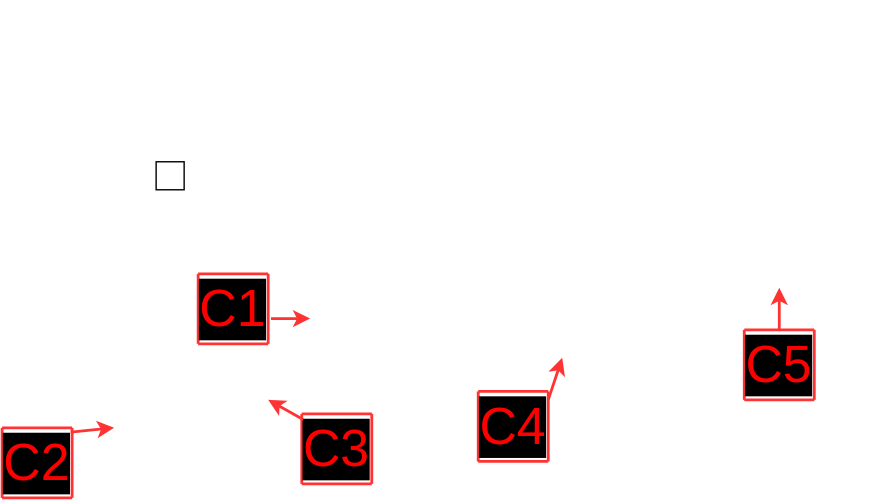
The draw.io diagram public/img/map.svg in 5-nights-at-Geekdom/5nag, before a commit. Source tidied: cells renumbered, new cells last; positions are measured from the earlier drawing's top-left corner, leaving out a move shared by most shapes.
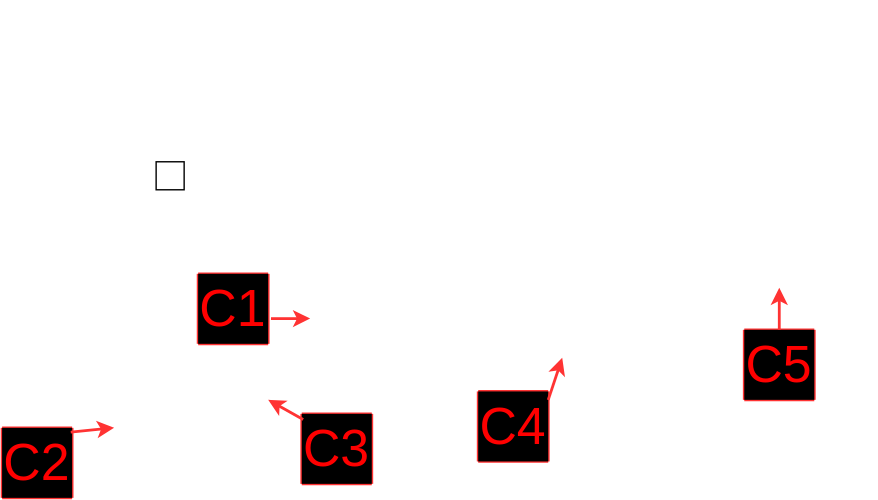
Later version of the same file.

Commit message:
adding photo with enemy present, small update to map

What changed in the source:
```diff
@@ -242,7 +242,7 @@
         <mxPoint x="190" y="190" as="targetPoint" />
       </mxGeometry>
     </mxCell>
-    <mxCell id="42" value="&lt;font style=&quot;font-size: 37px&quot; color=&quot;#ff0000&quot;&gt;C1&lt;/font&gt;" style="text;html=1;strokeColor=none;fillColor=none;align=center;verticalAlign=middle;whiteSpace=wrap;labelBackgroundColor=#000000;" parent="1" vertex="1">
+    <mxCell id="42" value="&lt;font style=&quot;font-size: 37px&quot; color=&quot;#ff0000&quot;&gt;C1&lt;/font&gt;" style="text;html=1;strokeColor=none;fillColor=#000000;align=center;verticalAlign=middle;whiteSpace=wrap;labelBackgroundColor=#000000;" parent="1" vertex="1">
       <mxGeometry x="140" y="190" width="50" height="50" as="geometry" />
     </mxCell>
     <mxCell id="43" style="endArrow=none;html=1;strokeColor=#FF3333;strokeWidth=2;fillColor=#000000;" parent="1" edge="1">
@@ -269,7 +269,7 @@
         <mxPoint x="50" y="300" as="targetPoint" />
       </mxGeometry>
     </mxCell>
-    <mxCell id="47" value="&lt;font style=&quot;font-size: 37px&quot; color=&quot;#ff0000&quot;&gt;C2&lt;/font&gt;" style="text;html=1;strokeColor=none;fillColor=none;align=center;verticalAlign=middle;whiteSpace=wrap;labelBackgroundColor=#000000;" parent="1" vertex="1">
+    <mxCell id="47" value="&lt;font style=&quot;font-size: 37px&quot; color=&quot;#ff0000&quot;&gt;C2&lt;/font&gt;" style="text;html=1;strokeColor=none;fillColor=#000000;align=center;verticalAlign=middle;whiteSpace=wrap;labelBackgroundColor=#000000;" parent="1" vertex="1">
       <mxGeometry y="300" width="50" height="50" as="geometry" />
     </mxCell>
     <mxCell id="48" style="endArrow=none;html=1;strokeColor=#FF3333;strokeWidth=2;fillColor=#000000;" parent="1" edge="1">
@@ -296,7 +296,7 @@
         <mxPoint x="264" y="290" as="targetPoint" />
       </mxGeometry>
     </mxCell>
-    <mxCell id="52" value="&lt;font style=&quot;font-size: 37px&quot; color=&quot;#ff0000&quot;&gt;C3&lt;/font&gt;" style="text;html=1;strokeColor=none;fillColor=none;align=center;verticalAlign=middle;whiteSpace=wrap;labelBackgroundColor=#000000;" parent="1" vertex="1">
+    <mxCell id="52" value="&lt;font style=&quot;font-size: 37px&quot; color=&quot;#ff0000&quot;&gt;C3&lt;/font&gt;" style="text;html=1;strokeColor=none;fillColor=#000000;align=center;verticalAlign=middle;whiteSpace=wrap;labelBackgroundColor=#000000;" parent="1" vertex="1">
       <mxGeometry x="214" y="290" width="50" height="50" as="geometry" />
     </mxCell>
     <mxCell id="53" style="endArrow=none;html=1;strokeColor=#FF3333;strokeWidth=2;fillColor=#000000;" parent="1" edge="1">
@@ -323,7 +323,7 @@
         <mxPoint x="390" y="274" as="targetPoint" />
       </mxGeometry>
     </mxCell>
-    <mxCell id="57" value="&lt;font style=&quot;font-size: 37px&quot; color=&quot;#ff0000&quot;&gt;C4&lt;/font&gt;" style="text;html=1;strokeColor=none;fillColor=none;align=center;verticalAlign=middle;whiteSpace=wrap;labelBackgroundColor=#000000;" parent="1" vertex="1">
+    <mxCell id="57" value="&lt;font style=&quot;font-size: 37px&quot; color=&quot;#ff0000&quot;&gt;C4&lt;/font&gt;" style="text;html=1;strokeColor=none;fillColor=#000000;align=center;verticalAlign=middle;whiteSpace=wrap;labelBackgroundColor=#000000;" parent="1" vertex="1">
       <mxGeometry x="340" y="274" width="50" height="50" as="geometry" />
     </mxCell>
     <mxCell id="58" style="endArrow=none;html=1;strokeColor=#FF3333;strokeWidth=2;fillColor=#000000;" parent="1" edge="1">
@@ -350,7 +350,7 @@
         <mxPoint x="580" y="230" as="targetPoint" />
       </mxGeometry>
     </mxCell>
-    <mxCell id="62" value="&lt;font style=&quot;font-size: 37px&quot; color=&quot;#ff0000&quot;&gt;C5&lt;/font&gt;" style="text;html=1;strokeColor=none;fillColor=none;align=center;verticalAlign=middle;whiteSpace=wrap;labelBackgroundColor=#000000;" parent="1" vertex="1">
+    <mxCell id="62" value="&lt;font style=&quot;font-size: 37px&quot; color=&quot;#ff0000&quot;&gt;C5&lt;/font&gt;" style="text;html=1;strokeColor=none;fillColor=#000000;align=center;verticalAlign=middle;whiteSpace=wrap;labelBackgroundColor=#000000;" parent="1" vertex="1">
       <mxGeometry x="530" y="230" width="50" height="50" as="geometry" />
     </mxCell>
     <mxCell id="63" style="endArrow=classic;html=1;strokeColor=#FF3333;strokeWidth=2;fillColor=#000000;exitX=1.04;exitY=0.64;exitPerimeter=0;" parent="1" edge="1" source="42">
@@ -383,7 +383,7 @@
     <mxCell id="68" style="rounded=0;whiteSpace=wrap;html=1;labelBackgroundColor=#000000;" parent="1" vertex="1">
       <mxGeometry x="110" y="110" width="20" height="20" as="geometry" />
     </mxCell>
-    <mxCell id="69" value="&lt;font color=&quot;#ffffff&quot;&gt;YOU&lt;/font&gt;" style="text;html=1;strokeColor=none;fillColor=none;align=center;verticalAlign=middle;whiteSpace=wrap;labelBackgroundColor=none;" parent="1" vertex="1">
+    <mxCell id="69" value="&lt;font color=&quot;#ffffff&quot; style=&quot;font-size: 16px;&quot;&gt;YOU&lt;/font&gt;" style="text;html=1;strokeColor=none;fillColor=none;align=center;verticalAlign=middle;whiteSpace=wrap;labelBackgroundColor=none;fontSize=16;" parent="1" vertex="1">
       <mxGeometry x="100" y="80" width="40" height="20" as="geometry" />
     </mxCell>
   </root>
```
